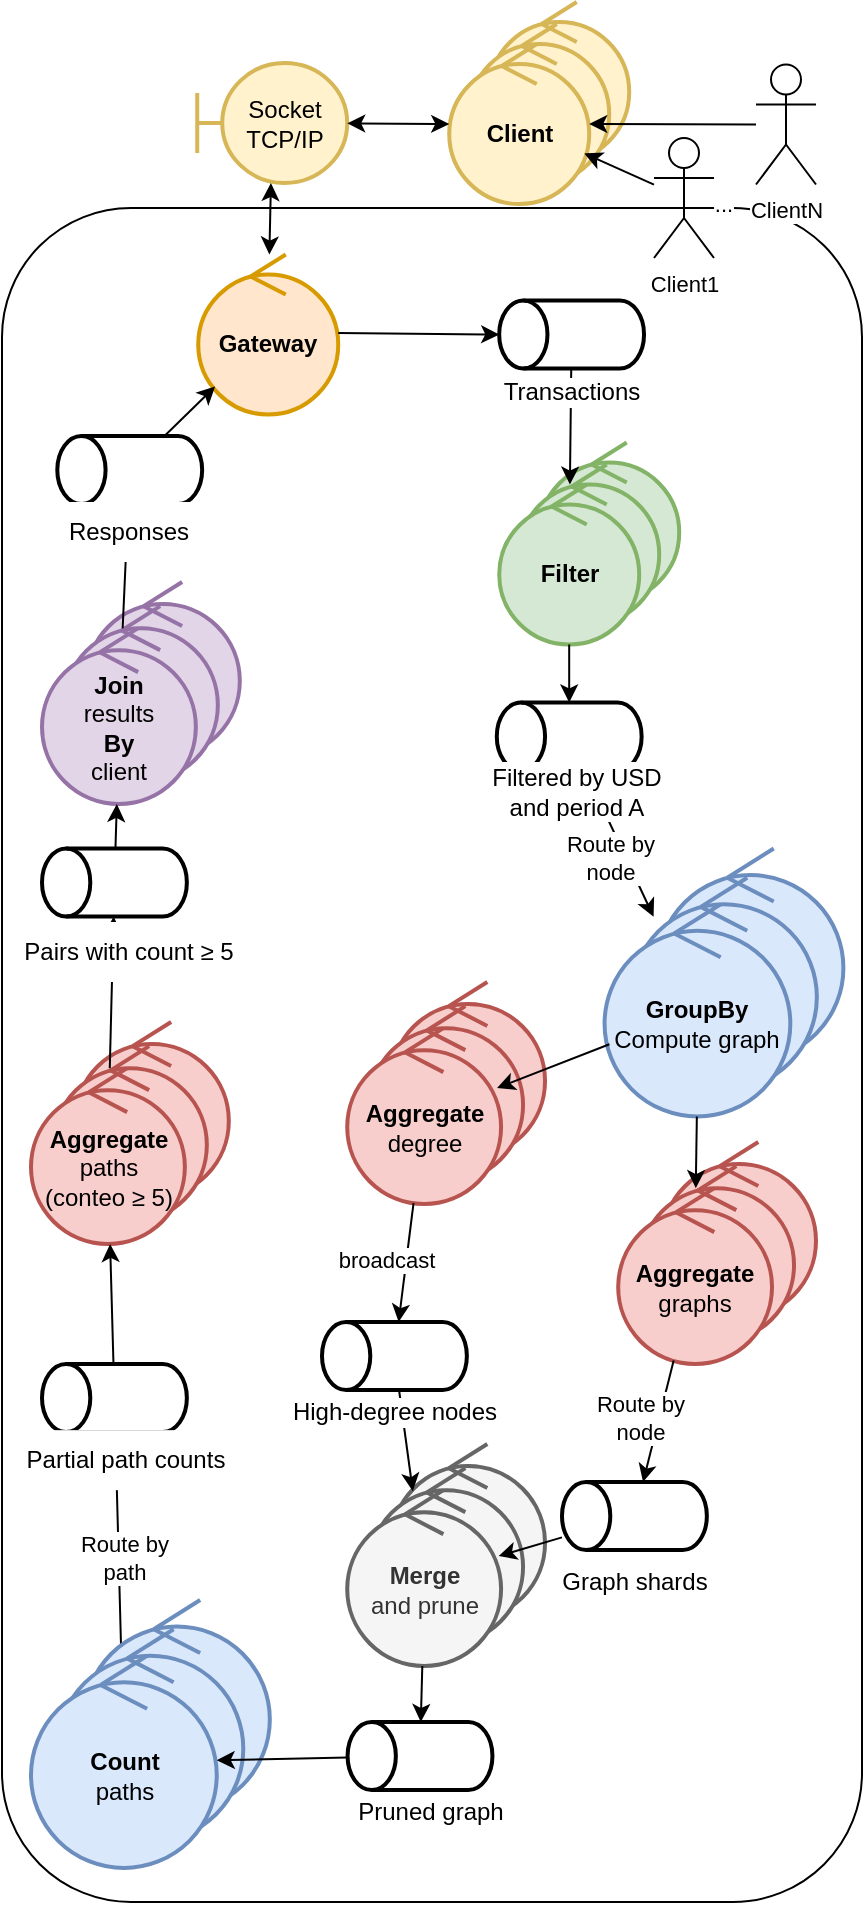
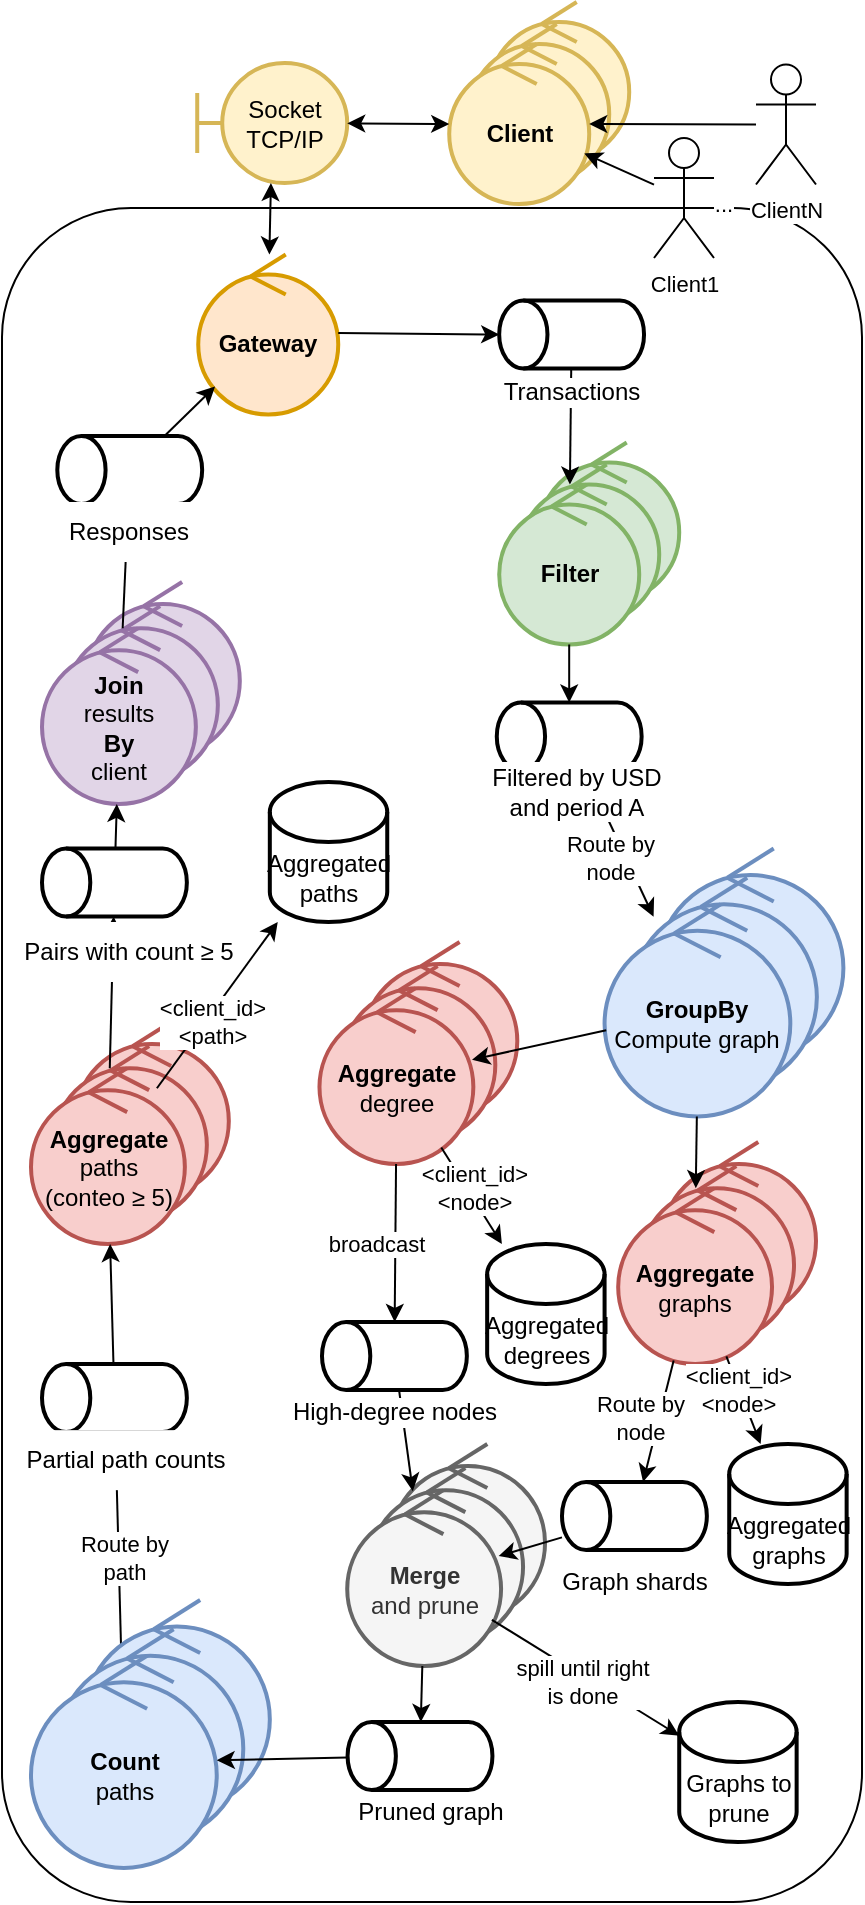
<mxfile host="Electron">
  <diagram name="cluster-15" id="cluster-15">
-     <mxGraphModel dx="1276" dy="880" grid="1" gridSize="10" guides="1" tooltips="1" connect="1" arrows="1" fold="1" page="0" pageScale="1" pageWidth="850" pageHeight="1100" math="0" shadow="0">
+     <mxGraphModel dx="1288" dy="913" grid="1" gridSize="10" guides="1" tooltips="1" connect="1" arrows="1" fold="1" page="0" pageScale="1" pageWidth="850" pageHeight="1100" math="0" shadow="0">
      <root>
        <mxCell id="0" />
        <mxCell id="1" parent="0" />
        <mxCell id="rb4-e11" edge="1" parent="1" source="rb4-count-3" style="edgeStyle=none;shape=connector;rounded=0;orthogonalLoop=1;jettySize=auto;html=1;strokeColor=default;align=center;verticalAlign=middle;fontFamily=Helvetica;fontSize=11;fontColor=default;labelBackgroundColor=default;endArrow=classic;" target="rb4-partial-cyl">
          <mxGeometry relative="1" as="geometry" />
        </mxCell>
        <mxCell id="rb4-e11-lbl" connectable="0" parent="rb4-e11" style="edgeLabel;html=1;align=center;verticalAlign=middle;resizable=0;points=[];fontFamily=Helvetica;fontSize=11;fontColor=default;labelBackgroundColor=default;" value="Route by&lt;div&gt;path&lt;/div&gt;" vertex="1">
          <mxGeometry relative="1" x="0.35" y="-5" as="geometry">
            <mxPoint x="-2" y="26" as="offset" />
          </mxGeometry>
        </mxCell>
        <mxCell id="m3lEM9vwjJh2p-cHX_Ol-1" parent="1" style="rounded=1;whiteSpace=wrap;html=1;fontFamily=Helvetica;fontSize=11;fontColor=default;labelBackgroundColor=default;fillColor=none;" value="" vertex="1">
          <mxGeometry height="847" width="430" x="20" y="123" as="geometry" />
        </mxCell>
        <mxCell id="rb4-count" connectable="0" parent="1" style="group" value="" vertex="1">
          <mxGeometry height="134" width="119.41" x="34.5" y="819" as="geometry" />
        </mxCell>
        <mxCell id="rb4-count-1" parent="rb4-count" style="ellipse;shape=umlControl;whiteSpace=wrap;html=1;strokeWidth=2;fillColor=#dae8fc;strokeColor=#6c8ebf;" value="" vertex="1">
          <mxGeometry height="106.13861386138612" width="92.87444444444438" x="26.535555555555554" as="geometry" />
        </mxCell>
        <mxCell id="rb4-count-2" parent="rb4-count" style="ellipse;shape=umlControl;whiteSpace=wrap;html=1;strokeWidth=2;fillColor=#dae8fc;strokeColor=#6c8ebf;" value="" vertex="1">
          <mxGeometry height="106.13861386138612" width="92.87444444444438" x="13.267777777777777" y="14.59405940594059" as="geometry" />
        </mxCell>
        <mxCell id="rb4-count-3" parent="rb4-count" style="ellipse;shape=umlControl;whiteSpace=wrap;html=1;strokeWidth=2;fillColor=#dae8fc;strokeColor=#6c8ebf;" value="&lt;b&gt;Count&lt;/b&gt;&lt;div&gt;paths&lt;/div&gt;" vertex="1">
          <mxGeometry height="106.13861386138612" width="92.87444444444438" y="27.86138613861387" as="geometry" />
        </mxCell>
        <mxCell id="rb4-e10" edge="1" parent="1" source="rb4-prune-cyl" style="edgeStyle=none;shape=connector;rounded=0;orthogonalLoop=1;jettySize=auto;html=1;strokeColor=default;align=center;verticalAlign=middle;fontFamily=Helvetica;fontSize=11;fontColor=default;labelBackgroundColor=default;endArrow=classic;" target="rb4-count-3">
          <mxGeometry relative="1" as="geometry" />
        </mxCell>
        <mxCell id="rb4-merge" connectable="0" parent="1" style="group;strokeWidth=2;" value="" vertex="1">
          <mxGeometry height="111" width="98.91" x="192.61" y="741" as="geometry" />
        </mxCell>
        <mxCell id="rb4-merge-1" parent="rb4-merge" style="ellipse;shape=umlControl;whiteSpace=wrap;html=1;strokeWidth=2;fillColor=#f5f5f5;strokeColor=#666666;fontColor=#333333;" value="" vertex="1">
          <mxGeometry height="87.92079207920793" width="76.92999999999999" x="21.98" as="geometry" />
        </mxCell>
        <mxCell id="rb4-merge-2" parent="rb4-merge" style="ellipse;shape=umlControl;whiteSpace=wrap;html=1;strokeWidth=2;fillColor=#f5f5f5;strokeColor=#666666;fontColor=#333333;" value="" vertex="1">
          <mxGeometry height="87.92079207920793" width="76.92999999999999" x="10.99" y="12.08910891089109" as="geometry" />
        </mxCell>
        <mxCell id="rb4-merge-3" parent="rb4-merge" style="ellipse;shape=umlControl;whiteSpace=wrap;html=1;strokeWidth=2;fillColor=#f5f5f5;strokeColor=#666666;fontColor=#333333;" value="&lt;b&gt;Merge&lt;/b&gt;&lt;div&gt;and prune&lt;/div&gt;" vertex="1">
          <mxGeometry height="87.92079207920793" width="76.92999999999999" y="23.07920792079208" as="geometry" />
        </mxCell>
        <mxCell id="rb4-e7" edge="1" parent="1" source="rb4-hdeg-cyl" style="edgeStyle=none;shape=connector;rounded=0;orthogonalLoop=1;jettySize=auto;html=1;strokeColor=default;align=center;verticalAlign=middle;fontFamily=Helvetica;fontSize=11;fontColor=default;labelBackgroundColor=default;endArrow=classic;" target="rb4-merge-3">
          <mxGeometry relative="1" as="geometry" />
        </mxCell>
        <mxCell id="m3lEM9vwjJh2p-cHX_Ol-491" parent="1" style="shape=umlActor;verticalLabelPosition=bottom;verticalAlign=top;html=1;outlineConnect=0;fontFamily=Helvetica;fontSize=11;fontColor=default;labelBackgroundColor=default;" value="ClientN" vertex="1">
          <mxGeometry height="60" width="30" x="397" y="51.25" as="geometry" />
        </mxCell>
        <mxCell id="m3lEM9vwjJh2p-cHX_Ol-492" parent="1" style="shape=umlActor;verticalLabelPosition=bottom;verticalAlign=top;html=1;outlineConnect=0;fontFamily=Helvetica;fontSize=11;fontColor=default;labelBackgroundColor=default;" value="Client1" vertex="1">
          <mxGeometry height="60" width="30" x="346" y="88" as="geometry" />
        </mxCell>
        <mxCell id="m3lEM9vwjJh2p-cHX_Ol-493" parent="1" style="text;html=1;whiteSpace=wrap;strokeColor=none;fillColor=none;align=center;verticalAlign=middle;rounded=0;fontFamily=Helvetica;fontSize=11;fontColor=default;labelBackgroundColor=default;" value="..." vertex="1">
          <mxGeometry height="30" width="60" x="351" y="106.25" as="geometry" />
        </mxCell>
        <mxCell id="m3lEM9vwjJh2p-cHX_Ol-495" connectable="0" parent="1" style="group;strokeWidth=2;" value="" vertex="1">
          <mxGeometry height="101" width="90" x="243.61" y="20" as="geometry" />
        </mxCell>
        <mxCell id="m3lEM9vwjJh2p-cHX_Ol-496" parent="m3lEM9vwjJh2p-cHX_Ol-495" style="ellipse;shape=umlControl;whiteSpace=wrap;html=1;strokeWidth=2;fillColor=#fff2cc;strokeColor=#d6b656;" value="" vertex="1">
          <mxGeometry height="80" width="70" x="20" as="geometry" />
        </mxCell>
        <mxCell id="m3lEM9vwjJh2p-cHX_Ol-497" parent="m3lEM9vwjJh2p-cHX_Ol-495" style="ellipse;shape=umlControl;whiteSpace=wrap;html=1;strokeWidth=2;fillColor=#fff2cc;strokeColor=#d6b656;" value="" vertex="1">
          <mxGeometry height="80" width="70" x="10" y="11" as="geometry" />
        </mxCell>
        <mxCell id="m3lEM9vwjJh2p-cHX_Ol-498" parent="m3lEM9vwjJh2p-cHX_Ol-495" style="ellipse;shape=umlControl;whiteSpace=wrap;html=1;strokeWidth=2;fillColor=#fff2cc;strokeColor=#d6b656;" value="&lt;b&gt;Client&lt;/b&gt;" vertex="1">
          <mxGeometry height="80" width="70" y="21" as="geometry" />
        </mxCell>
        <mxCell id="m3lEM9vwjJh2p-cHX_Ol-499" edge="1" parent="1" source="m3lEM9vwjJh2p-cHX_Ol-491" style="shape=connector;rounded=0;orthogonalLoop=1;jettySize=auto;html=1;strokeColor=default;align=center;verticalAlign=middle;fontFamily=Helvetica;fontSize=11;fontColor=default;labelBackgroundColor=default;endArrow=classic;" target="m3lEM9vwjJh2p-cHX_Ol-498">
          <mxGeometry relative="1" as="geometry" />
        </mxCell>
        <mxCell id="m3lEM9vwjJh2p-cHX_Ol-500" edge="1" parent="1" source="m3lEM9vwjJh2p-cHX_Ol-492" style="shape=connector;rounded=0;orthogonalLoop=1;jettySize=auto;html=1;strokeColor=default;align=center;verticalAlign=middle;fontFamily=Helvetica;fontSize=11;fontColor=default;labelBackgroundColor=default;endArrow=classic;" target="m3lEM9vwjJh2p-cHX_Ol-498">
          <mxGeometry relative="1" as="geometry" />
        </mxCell>
        <mxCell id="m3lEM9vwjJh2p-cHX_Ol-436" parent="1" style="shape=umlBoundary;whiteSpace=wrap;html=1;strokeWidth=2;fillColor=#fff2cc;strokeColor=#d6b656;" value="Socket&lt;div&gt;TCP/IP&lt;/div&gt;" vertex="1">
          <mxGeometry height="60" width="75" x="117.61" y="50.5" as="geometry" />
        </mxCell>
        <mxCell id="m3lEM9vwjJh2p-cHX_Ol-494" edge="1" parent="1" source="m3lEM9vwjJh2p-cHX_Ol-498" style="shape=connector;rounded=0;orthogonalLoop=1;jettySize=auto;html=1;strokeColor=default;align=center;verticalAlign=middle;fontFamily=Helvetica;fontSize=11;fontColor=default;labelBackgroundColor=default;endArrow=classic;startArrow=classic;startFill=1;" target="m3lEM9vwjJh2p-cHX_Ol-436">
          <mxGeometry relative="1" as="geometry" />
        </mxCell>
        <mxCell id="m3lEM9vwjJh2p-cHX_Ol-438" parent="1" style="ellipse;shape=umlControl;whiteSpace=wrap;html=1;strokeWidth=2;fillColor=#ffe6cc;strokeColor=#d79b00;" value="&lt;b&gt;Gateway&lt;/b&gt;" vertex="1">
          <mxGeometry height="80" width="70" x="118.12" y="146.25" as="geometry" />
        </mxCell>
        <mxCell id="m3lEM9vwjJh2p-cHX_Ol-435" edge="1" parent="1" source="m3lEM9vwjJh2p-cHX_Ol-436" style="shape=connector;rounded=0;orthogonalLoop=1;jettySize=auto;html=1;strokeColor=default;align=center;verticalAlign=middle;fontFamily=Helvetica;fontSize=11;fontColor=default;labelBackgroundColor=default;endArrow=classic;startArrow=classic;startFill=1;" target="m3lEM9vwjJh2p-cHX_Ol-438">
          <mxGeometry relative="1" as="geometry" />
        </mxCell>
        <mxCell id="m3lEM9vwjJh2p-cHX_Ol-437" edge="1" parent="1" source="m3lEM9vwjJh2p-cHX_Ol-438" style="edgeStyle=none;shape=connector;rounded=0;orthogonalLoop=1;jettySize=auto;html=1;strokeColor=default;align=center;verticalAlign=middle;fontFamily=Helvetica;fontSize=11;fontColor=default;labelBackgroundColor=default;endArrow=classic;" target="m3lEM9vwjJh2p-cHX_Ol-445">
          <mxGeometry relative="1" as="geometry" />
        </mxCell>
        <mxCell id="m3lEM9vwjJh2p-cHX_Ol-439" connectable="0" parent="1" style="group;strokeWidth=2;" value="" vertex="1">
          <mxGeometry height="101" width="90" x="268.61" y="240.25" as="geometry" />
        </mxCell>
        <mxCell id="m3lEM9vwjJh2p-cHX_Ol-440" parent="m3lEM9vwjJh2p-cHX_Ol-439" style="ellipse;shape=umlControl;whiteSpace=wrap;html=1;strokeWidth=2;fillColor=#d5e8d4;strokeColor=#82b366;" value="" vertex="1">
          <mxGeometry height="80" width="70" x="20" as="geometry" />
        </mxCell>
        <mxCell id="m3lEM9vwjJh2p-cHX_Ol-441" parent="m3lEM9vwjJh2p-cHX_Ol-439" style="ellipse;shape=umlControl;whiteSpace=wrap;html=1;strokeWidth=2;fillColor=#d5e8d4;strokeColor=#82b366;" value="" vertex="1">
          <mxGeometry height="80" width="70" x="10" y="11" as="geometry" />
        </mxCell>
        <mxCell id="m3lEM9vwjJh2p-cHX_Ol-442" parent="m3lEM9vwjJh2p-cHX_Ol-439" style="ellipse;shape=umlControl;whiteSpace=wrap;html=1;strokeWidth=2;fillColor=#d5e8d4;strokeColor=#82b366;" value="&lt;b&gt;Filter&lt;/b&gt;" vertex="1">
          <mxGeometry height="80" width="70" y="21" as="geometry" />
        </mxCell>
        <mxCell id="m3lEM9vwjJh2p-cHX_Ol-443" edge="1" parent="1" source="m3lEM9vwjJh2p-cHX_Ol-445" style="edgeStyle=none;shape=connector;rounded=0;orthogonalLoop=1;jettySize=auto;html=1;strokeColor=default;align=center;verticalAlign=middle;fontFamily=Helvetica;fontSize=11;fontColor=default;labelBackgroundColor=default;endArrow=classic;" target="m3lEM9vwjJh2p-cHX_Ol-442">
          <mxGeometry relative="1" as="geometry" />
        </mxCell>
        <mxCell id="m3lEM9vwjJh2p-cHX_Ol-453" connectable="0" parent="1" style="group;strokeWidth=2;" value="" vertex="1">
          <mxGeometry height="73" width="83.60999999999993" x="267.39" y="370.25" as="geometry" />
        </mxCell>
        <mxCell id="m3lEM9vwjJh2p-cHX_Ol-454" parent="m3lEM9vwjJh2p-cHX_Ol-453" style="strokeWidth=2;html=1;shape=mxgraph.flowchart.database;whiteSpace=wrap;rotation=-90;" value="" vertex="1">
          <mxGeometry height="72.43" width="34" x="19.215000000000032" y="-19.215000000000032" as="geometry" />
        </mxCell>
        <mxCell id="m3lEM9vwjJh2p-cHX_Ol-451" edge="1" parent="1" source="m3lEM9vwjJh2p-cHX_Ol-442" style="edgeStyle=none;shape=connector;rounded=0;orthogonalLoop=1;jettySize=auto;html=1;strokeColor=default;align=center;verticalAlign=middle;fontFamily=Helvetica;fontSize=11;fontColor=default;labelBackgroundColor=default;endArrow=classic;" target="m3lEM9vwjJh2p-cHX_Ol-454">
          <mxGeometry relative="1" as="geometry" />
        </mxCell>
        <mxCell id="rb4-gb-deg" connectable="0" parent="1" style="group" value="" vertex="1">
          <mxGeometry height="134" width="119.41" x="321.28999999999996" y="443.25" as="geometry" />
        </mxCell>
        <mxCell id="rb4-gb-deg-1" parent="rb4-gb-deg" style="ellipse;shape=umlControl;whiteSpace=wrap;html=1;strokeWidth=2;fillColor=#dae8fc;strokeColor=#6c8ebf;" value="" vertex="1">
          <mxGeometry height="106.13861386138612" width="92.87444444444438" x="26.535555555555554" as="geometry" />
        </mxCell>
        <mxCell id="rb4-gb-deg-2" parent="rb4-gb-deg" style="ellipse;shape=umlControl;whiteSpace=wrap;html=1;strokeWidth=2;fillColor=#dae8fc;strokeColor=#6c8ebf;" value="" vertex="1">
          <mxGeometry height="106.13861386138612" width="92.87444444444438" x="13.267777777777777" y="14.59405940594059" as="geometry" />
        </mxCell>
        <mxCell id="rb4-gb-deg-3" parent="rb4-gb-deg" style="ellipse;shape=umlControl;whiteSpace=wrap;html=1;strokeWidth=2;fillColor=#dae8fc;strokeColor=#6c8ebf;" value="&lt;b&gt;GroupBy&lt;/b&gt;&lt;div&gt;Compute graph&lt;/div&gt;" vertex="1">
          <mxGeometry height="106.13861386138612" width="92.87444444444438" y="27.86138613861387" as="geometry" />
        </mxCell>
        <mxCell id="rb4-e1" edge="1" parent="1" source="m3lEM9vwjJh2p-cHX_Ol-454" style="edgeStyle=none;shape=connector;rounded=0;orthogonalLoop=1;jettySize=auto;html=1;strokeColor=default;align=center;verticalAlign=middle;fontFamily=Helvetica;fontSize=11;fontColor=default;labelBackgroundColor=default;endArrow=classic;" target="rb4-gb-deg-3">
          <mxGeometry relative="1" as="geometry" />
        </mxCell>
        <mxCell id="rb4-e1-lbl" connectable="0" parent="rb4-e1" style="edgeLabel;html=1;align=center;verticalAlign=middle;resizable=0;points=[];fontFamily=Helvetica;fontSize=11;fontColor=default;labelBackgroundColor=default;" value="Route by&lt;div&gt;node&lt;/div&gt;" vertex="1">
          <mxGeometry relative="1" x="-0.3" y="-5" as="geometry">
            <mxPoint x="5" y="16" as="offset" />
          </mxGeometry>
        </mxCell>
        <mxCell id="rb4-agg-deg" connectable="0" parent="1" style="group;strokeWidth=2;" value="" vertex="1">
-           <mxGeometry height="111" width="98.91" x="192.61" y="510" as="geometry" />
+           <mxGeometry height="111" width="98.91" x="178.74" y="490" as="geometry" />
        </mxCell>
        <mxCell id="rb4-agg-deg-1" parent="rb4-agg-deg" style="ellipse;shape=umlControl;whiteSpace=wrap;html=1;strokeWidth=2;fillColor=#f8cecc;strokeColor=#b85450;" value="" vertex="1">
          <mxGeometry height="87.92079207920793" width="76.92999999999999" x="21.98" as="geometry" />
        </mxCell>
        <mxCell id="rb4-agg-deg-2" parent="rb4-agg-deg" style="ellipse;shape=umlControl;whiteSpace=wrap;html=1;strokeWidth=2;fillColor=#f8cecc;strokeColor=#b85450;" value="" vertex="1">
          <mxGeometry height="87.92079207920793" width="76.92999999999999" x="10.99" y="12.08910891089109" as="geometry" />
        </mxCell>
        <mxCell id="rb4-agg-deg-3" parent="rb4-agg-deg" style="ellipse;shape=umlControl;whiteSpace=wrap;html=1;strokeWidth=2;fillColor=#f8cecc;strokeColor=#b85450;" value="&lt;b&gt;Aggregate&lt;/b&gt;&lt;div&gt;degree&lt;/div&gt;" vertex="1">
          <mxGeometry height="87.92079207920793" width="76.92999999999999" y="23.07920792079208" as="geometry" />
        </mxCell>
        <mxCell id="rb4-agg-grph" connectable="0" parent="1" style="group;strokeWidth=2;" value="" vertex="1">
          <mxGeometry height="111" width="98.91" x="328.09000000000003" y="590" as="geometry" />
        </mxCell>
        <mxCell id="rb4-agg-grph-1" parent="rb4-agg-grph" style="ellipse;shape=umlControl;whiteSpace=wrap;html=1;strokeWidth=2;fillColor=#f8cecc;strokeColor=#b85450;" value="" vertex="1">
          <mxGeometry height="87.92079207920793" width="76.92999999999999" x="21.98" as="geometry" />
        </mxCell>
        <mxCell id="rb4-agg-grph-2" parent="rb4-agg-grph" style="ellipse;shape=umlControl;whiteSpace=wrap;html=1;strokeWidth=2;fillColor=#f8cecc;strokeColor=#b85450;" value="" vertex="1">
          <mxGeometry height="87.92079207920793" width="76.92999999999999" x="10.99" y="12.08910891089109" as="geometry" />
        </mxCell>
        <mxCell id="rb4-agg-grph-3" parent="rb4-agg-grph" style="ellipse;shape=umlControl;whiteSpace=wrap;html=1;strokeWidth=2;fillColor=#f8cecc;strokeColor=#b85450;" value="&lt;b&gt;Aggregate&lt;/b&gt;&lt;div&gt;graphs&lt;/div&gt;" vertex="1">
          <mxGeometry height="87.92079207920793" width="76.92999999999999" y="23.07920792079208" as="geometry" />
        </mxCell>
        <mxCell id="rb4-e3" edge="1" parent="1" source="rb4-gb-deg-3" style="edgeStyle=none;shape=connector;rounded=0;orthogonalLoop=1;jettySize=auto;html=1;strokeColor=default;align=center;verticalAlign=middle;fontFamily=Helvetica;fontSize=11;fontColor=default;labelBackgroundColor=default;endArrow=classic;" target="rb4-agg-deg-3">
          <mxGeometry relative="1" as="geometry" />
        </mxCell>
        <mxCell id="rb4-e4" edge="1" parent="1" source="rb4-gb-deg-3" style="edgeStyle=none;shape=connector;rounded=0;orthogonalLoop=1;jettySize=auto;html=1;strokeColor=default;align=center;verticalAlign=middle;fontFamily=Helvetica;fontSize=11;fontColor=default;labelBackgroundColor=default;endArrow=classic;" target="rb4-agg-grph-3">
          <mxGeometry relative="1" as="geometry" />
        </mxCell>
        <mxCell id="rb4-hdeg" connectable="0" parent="1" style="group;strokeWidth=2;" value="" vertex="1">
          <mxGeometry height="73" width="96.39499999999998" x="180" y="680" as="geometry" />
        </mxCell>
        <mxCell id="rb4-hdeg-cyl" parent="rb4-hdeg" style="strokeWidth=2;html=1;shape=mxgraph.flowchart.database;whiteSpace=wrap;rotation=-90;" value="" vertex="1">
          <mxGeometry height="72.43" width="34" x="19.215000000000032" y="-19.215000000000032" as="geometry" />
        </mxCell>
        <mxCell id="rb4-hdeg-lbl" parent="rb4-hdeg" style="text;html=1;whiteSpace=wrap;strokeColor=none;fillColor=none;align=center;verticalAlign=middle;rounded=0;fontFamily=Helvetica;fontSize=12;fontColor=default;labelBackgroundColor=default;strokeWidth=2;" value="High-degree nodes" vertex="1">
          <mxGeometry height="30" width="105" x="-16.285000000000018" y="30" as="geometry" />
        </mxCell>
        <mxCell id="rb4-e5" edge="1" parent="1" source="rb4-agg-deg-3" style="edgeStyle=none;shape=connector;rounded=0;orthogonalLoop=1;jettySize=auto;html=1;strokeColor=default;align=center;verticalAlign=middle;fontFamily=Helvetica;fontSize=11;fontColor=default;labelBackgroundColor=default;endArrow=classic;" target="rb4-hdeg-cyl">
          <mxGeometry relative="1" as="geometry" />
        </mxCell>
        <mxCell id="rb4-e5-lbl" connectable="0" parent="rb4-e5" style="edgeLabel;html=1;align=center;verticalAlign=middle;resizable=0;points=[];fontFamily=Helvetica;fontSize=11;fontColor=default;labelBackgroundColor=default;" value="broadcast" vertex="1">
          <mxGeometry relative="1" y="-10" as="geometry">
            <mxPoint as="offset" />
          </mxGeometry>
        </mxCell>
        <mxCell id="rb4-e6" edge="1" parent="1" source="rb4-agg-grph-3" style="edgeStyle=none;shape=connector;rounded=0;orthogonalLoop=1;jettySize=auto;html=1;strokeColor=default;align=center;verticalAlign=middle;fontFamily=Helvetica;fontSize=11;fontColor=default;labelBackgroundColor=default;endArrow=classic;" target="rb4-gsh-cyl">
          <mxGeometry relative="1" as="geometry" />
        </mxCell>
        <mxCell id="rb4-e6-lbl" connectable="0" parent="rb4-e6" style="edgeLabel;html=1;align=center;verticalAlign=middle;resizable=0;points=[];fontFamily=Helvetica;fontSize=11;fontColor=default;labelBackgroundColor=default;" value="Route by&lt;div&gt;node&lt;/div&gt;" vertex="1">
          <mxGeometry relative="1" y="-10" as="geometry">
            <mxPoint as="offset" />
          </mxGeometry>
        </mxCell>
        <mxCell id="rb4-e8" edge="1" parent="1" source="rb4-gsh-cyl" style="edgeStyle=none;shape=connector;rounded=0;orthogonalLoop=1;jettySize=auto;html=1;strokeColor=default;align=center;verticalAlign=middle;fontFamily=Helvetica;fontSize=11;fontColor=default;labelBackgroundColor=default;endArrow=classic;" target="rb4-merge-3">
          <mxGeometry relative="1" as="geometry" />
        </mxCell>
        <mxCell id="rb4-prune" connectable="0" parent="1" style="group;strokeWidth=2;" value="" vertex="1">
          <mxGeometry height="73" width="89.19" x="192.79" y="880" as="geometry" />
        </mxCell>
        <mxCell id="rb4-prune-cyl" parent="rb4-prune" style="strokeWidth=2;html=1;shape=mxgraph.flowchart.database;whiteSpace=wrap;rotation=-90;" value="" vertex="1">
          <mxGeometry height="72.43" width="34" x="19.215000000000032" y="-19.215000000000032" as="geometry" />
        </mxCell>
        <mxCell id="rb4-prune-lbl" parent="rb4-prune" style="text;html=1;whiteSpace=wrap;strokeColor=none;fillColor=none;align=center;verticalAlign=middle;rounded=0;fontFamily=Helvetica;fontSize=12;fontColor=default;labelBackgroundColor=default;strokeWidth=2;" value="Pruned graph" vertex="1">
          <mxGeometry height="30" width="94.78" x="-5.590000000000003" y="30" as="geometry" />
        </mxCell>
        <mxCell id="rb4-e9" edge="1" parent="1" source="rb4-merge-3" style="edgeStyle=none;shape=connector;rounded=0;orthogonalLoop=1;jettySize=auto;html=1;strokeColor=default;align=center;verticalAlign=middle;fontFamily=Helvetica;fontSize=11;fontColor=default;labelBackgroundColor=default;endArrow=classic;" target="rb4-prune-cyl">
          <mxGeometry relative="1" as="geometry" />
        </mxCell>
        <mxCell id="rb4-partial" connectable="0" parent="1" style="group;strokeWidth=2;" value="" vertex="1">
          <mxGeometry height="73" width="98.435" x="40.00000000000003" y="701" as="geometry" />
        </mxCell>
        <mxCell id="rb4-partial-cyl" parent="rb4-partial" style="strokeWidth=2;html=1;shape=mxgraph.flowchart.database;whiteSpace=wrap;rotation=-90;" value="" vertex="1">
          <mxGeometry height="72.43" width="34" x="19.215000000000032" y="-19.215000000000032" as="geometry" />
        </mxCell>
        <mxCell id="rb4-partial-lbl" parent="rb4-partial" style="text;html=1;whiteSpace=wrap;strokeColor=none;fillColor=default;align=center;verticalAlign=middle;rounded=0;fontFamily=Helvetica;fontSize=12;fontColor=default;labelBackgroundColor=default;strokeWidth=2;" value="Partial path counts" vertex="1">
          <mxGeometry height="30" width="110" x="-13.194999999999993" y="33.08000000000004" as="geometry" />
        </mxCell>
        <mxCell id="rb4-aggp" connectable="0" parent="1" style="group;strokeWidth=2;" value="" vertex="1">
          <mxGeometry height="111" width="98.91" x="34.5" y="530" as="geometry" />
        </mxCell>
        <mxCell id="rb4-aggp-1" parent="rb4-aggp" style="ellipse;shape=umlControl;whiteSpace=wrap;html=1;strokeWidth=2;fillColor=#f8cecc;strokeColor=#b85450;" value="" vertex="1">
          <mxGeometry height="87.92079207920793" width="76.92999999999999" x="21.98" as="geometry" />
        </mxCell>
        <mxCell id="rb4-aggp-2" parent="rb4-aggp" style="ellipse;shape=umlControl;whiteSpace=wrap;html=1;strokeWidth=2;fillColor=#f8cecc;strokeColor=#b85450;" value="" vertex="1">
          <mxGeometry height="87.92079207920793" width="76.92999999999999" x="10.99" y="12.08910891089109" as="geometry" />
        </mxCell>
        <mxCell id="rb4-aggp-3" parent="rb4-aggp" style="ellipse;shape=umlControl;whiteSpace=wrap;html=1;strokeWidth=2;fillColor=#f8cecc;strokeColor=#b85450;" value="&lt;b&gt;Aggregate &lt;/b&gt;paths&lt;div&gt;(conteo ≥ 5)&lt;/div&gt;" vertex="1">
          <mxGeometry height="87.92079207920793" width="76.92999999999999" y="23.07920792079208" as="geometry" />
        </mxCell>
        <mxCell id="rb4-e12" edge="1" parent="1" source="rb4-partial-cyl" style="edgeStyle=none;shape=connector;rounded=0;orthogonalLoop=1;jettySize=auto;html=1;strokeColor=default;align=center;verticalAlign=middle;fontFamily=Helvetica;fontSize=11;fontColor=default;labelBackgroundColor=default;endArrow=classic;" target="rb4-aggp-3">
          <mxGeometry relative="1" as="geometry" />
        </mxCell>
        <mxCell id="rb4-pairs" connectable="0" parent="1" style="group;strokeWidth=2;" value="" vertex="1">
          <mxGeometry height="73" width="103.92500000000001" x="39.99999999999999" y="443.25" as="geometry" />
        </mxCell>
        <mxCell id="rb4-pairs-cyl" parent="rb4-pairs" style="strokeWidth=2;html=1;shape=mxgraph.flowchart.database;whiteSpace=wrap;rotation=-90;" value="" vertex="1">
          <mxGeometry height="72.43" width="34" x="19.215000000000032" y="-19.215000000000032" as="geometry" />
        </mxCell>
        <mxCell id="rb4-e13" edge="1" parent="1" source="rb4-aggp-3" style="edgeStyle=none;shape=connector;rounded=0;orthogonalLoop=1;jettySize=auto;html=1;strokeColor=default;align=center;verticalAlign=middle;fontFamily=Helvetica;fontSize=11;fontColor=default;labelBackgroundColor=default;endArrow=classic;" target="rb4-pairs-cyl">
          <mxGeometry relative="1" as="geometry" />
        </mxCell>
        <mxCell id="m3lEM9vwjJh2p-cHX_Ol-447" connectable="0" parent="1" style="group;strokeWidth=2;" value="" vertex="1">
          <mxGeometry height="111" width="98.91" x="40" y="310" as="geometry" />
        </mxCell>
        <mxCell id="m3lEM9vwjJh2p-cHX_Ol-448" parent="m3lEM9vwjJh2p-cHX_Ol-447" style="ellipse;shape=umlControl;whiteSpace=wrap;html=1;strokeWidth=2;fillColor=#e1d5e7;strokeColor=#9673a6;" value="" vertex="1">
          <mxGeometry height="87.92079207920793" width="76.92999999999999" x="21.98" as="geometry" />
        </mxCell>
        <mxCell id="m3lEM9vwjJh2p-cHX_Ol-449" parent="m3lEM9vwjJh2p-cHX_Ol-447" style="ellipse;shape=umlControl;whiteSpace=wrap;html=1;strokeWidth=2;fillColor=#e1d5e7;strokeColor=#9673a6;" value="" vertex="1">
          <mxGeometry height="87.92079207920793" width="76.92999999999999" x="10.99" y="12.08910891089109" as="geometry" />
        </mxCell>
        <mxCell id="m3lEM9vwjJh2p-cHX_Ol-450" parent="m3lEM9vwjJh2p-cHX_Ol-447" style="ellipse;shape=umlControl;whiteSpace=wrap;html=1;strokeWidth=2;fillColor=#e1d5e7;strokeColor=#9673a6;" value="&lt;b&gt;Join&lt;/b&gt;&lt;div&gt;results&lt;br&gt;&lt;div&gt;&lt;b&gt;By&lt;/b&gt;&lt;/div&gt;&lt;div&gt;client&lt;/div&gt;&lt;/div&gt;" vertex="1">
          <mxGeometry height="87.92079207920793" width="76.92999999999999" y="23.07920792079208" as="geometry" />
        </mxCell>
        <mxCell id="rb4-e14" edge="1" parent="1" source="rb4-pairs-cyl" style="edgeStyle=none;shape=connector;rounded=0;orthogonalLoop=1;jettySize=auto;html=1;strokeColor=default;align=center;verticalAlign=middle;fontFamily=Helvetica;fontSize=11;fontColor=default;labelBackgroundColor=default;endArrow=classic;" target="m3lEM9vwjJh2p-cHX_Ol-450">
          <mxGeometry relative="1" as="geometry" />
        </mxCell>
        <mxCell id="m3lEM9vwjJh2p-cHX_Ol-487" connectable="0" parent="1" style="group;strokeWidth=2;" value="" vertex="1">
          <mxGeometry height="73" width="83.60999999999993" x="47.64999999999998" y="237" as="geometry" />
        </mxCell>
        <mxCell id="m3lEM9vwjJh2p-cHX_Ol-488" parent="m3lEM9vwjJh2p-cHX_Ol-487" style="strokeWidth=2;html=1;shape=mxgraph.flowchart.database;whiteSpace=wrap;rotation=-90;" value="" vertex="1">
          <mxGeometry height="72.43" width="34" x="19.215000000000032" y="-19.215000000000032" as="geometry" />
        </mxCell>
        <mxCell id="m3lEM9vwjJh2p-cHX_Ol-486" edge="1" parent="1" source="m3lEM9vwjJh2p-cHX_Ol-450" style="edgeStyle=none;shape=connector;rounded=0;orthogonalLoop=1;jettySize=auto;html=1;strokeColor=default;align=center;verticalAlign=middle;fontFamily=Helvetica;fontSize=11;fontColor=default;labelBackgroundColor=default;endArrow=classic;" target="m3lEM9vwjJh2p-cHX_Ol-488">
          <mxGeometry relative="1" as="geometry" />
        </mxCell>
        <mxCell id="m3lEM9vwjJh2p-cHX_Ol-490" edge="1" parent="1" source="m3lEM9vwjJh2p-cHX_Ol-488" style="edgeStyle=none;shape=connector;rounded=0;orthogonalLoop=1;jettySize=auto;html=1;strokeColor=default;align=center;verticalAlign=middle;fontFamily=Helvetica;fontSize=11;fontColor=default;labelBackgroundColor=default;endArrow=classic;" target="m3lEM9vwjJh2p-cHX_Ol-438">
          <mxGeometry relative="1" as="geometry">
            <mxPoint x="-110.00281435010493" y="1243.07" as="sourcePoint" />
            <mxPoint x="-51.149411936747924" y="146.24520217254252" as="targetPoint" />
          </mxGeometry>
        </mxCell>
        <mxCell id="m3lEM9vwjJh2p-cHX_Ol-444" connectable="0" parent="1" style="group;strokeWidth=2;" value="" vertex="1">
          <mxGeometry height="61" width="72.43000000000006" x="268.59" y="169.25" as="geometry" />
        </mxCell>
        <mxCell id="m3lEM9vwjJh2p-cHX_Ol-445" parent="m3lEM9vwjJh2p-cHX_Ol-444" style="strokeWidth=2;html=1;shape=mxgraph.flowchart.database;whiteSpace=wrap;rotation=-90;" value="" vertex="1">
          <mxGeometry height="72.43" width="34" x="19.215000000000032" y="-19.215000000000032" as="geometry" />
        </mxCell>
        <mxCell id="m3lEM9vwjJh2p-cHX_Ol-446" parent="m3lEM9vwjJh2p-cHX_Ol-444" style="text;html=1;whiteSpace=wrap;strokeColor=none;fillColor=none;align=center;verticalAlign=middle;rounded=0;fontFamily=Helvetica;fontSize=12;fontColor=default;labelBackgroundColor=default;strokeWidth=2;" value="Transactions" vertex="1">
          <mxGeometry height="30" width="60" x="6.220000000000027" y="31" as="geometry" />
        </mxCell>
        <mxCell id="m3lEM9vwjJh2p-cHX_Ol-455" parent="1" style="text;html=1;whiteSpace=wrap;strokeColor=none;fillColor=default;align=center;verticalAlign=middle;rounded=0;fontFamily=Helvetica;fontSize=12;fontColor=default;labelBackgroundColor=default;strokeWidth=2;" value="Filtered by USD and period A" vertex="1">
          <mxGeometry height="30" width="94.78" x="259.62999999999994" y="400" as="geometry" />
        </mxCell>
        <mxCell id="rb4-gsh" connectable="0" parent="1" style="group;strokeWidth=2;" value="" vertex="1">
          <mxGeometry height="73" width="83.60999999999993" x="300" y="760" as="geometry" />
        </mxCell>
        <mxCell id="rb4-gsh-cyl" parent="rb4-gsh" style="strokeWidth=2;html=1;shape=mxgraph.flowchart.database;whiteSpace=wrap;rotation=-90;" value="" vertex="1">
          <mxGeometry height="72.43" width="34" x="19.215000000000032" y="-19.215000000000032" as="geometry" />
        </mxCell>
        <mxCell id="rb4-gsh-lbl" parent="rb4-gsh" style="text;html=1;whiteSpace=wrap;strokeColor=none;fillColor=none;align=center;verticalAlign=middle;rounded=0;fontFamily=Helvetica;fontSize=12;fontColor=default;labelBackgroundColor=default;strokeWidth=2;" value="Graph shards" vertex="1">
          <mxGeometry height="30" width="94.78" x="-11.17" y="35" as="geometry" />
        </mxCell>
        <mxCell id="m3lEM9vwjJh2p-cHX_Ol-489" parent="1" style="text;html=1;whiteSpace=wrap;strokeColor=none;fillColor=default;align=center;verticalAlign=middle;rounded=0;fontFamily=Helvetica;fontSize=12;fontColor=default;labelBackgroundColor=default;strokeWidth=2;" value="Responses" vertex="1">
          <mxGeometry height="30" width="94.78" x="36.479999999999905" y="270" as="geometry" />
        </mxCell>
        <mxCell id="rb4-pairs-lbl" parent="1" style="text;html=1;whiteSpace=wrap;strokeColor=none;fillColor=default;align=center;verticalAlign=middle;rounded=0;fontFamily=Helvetica;fontSize=12;fontColor=default;labelBackgroundColor=default;strokeWidth=2;" value="Pairs with count &amp;#8805; 5" vertex="1">
          <mxGeometry height="30" width="115" x="26.375000000000014" y="479.99999999999994" as="geometry" />
        </mxCell>
+         <mxCell id="NzzZoNWnwo5SGAetgVqT-1" parent="1" style="shape=cylinder3;whiteSpace=wrap;html=1;boundedLbl=1;backgroundOutline=1;size=15;strokeWidth=2;" value="Graphs to prune" vertex="1">
+           <mxGeometry height="70" width="58.71" x="358.61" y="870" as="geometry" />
+         </mxCell>
+         <mxCell id="NzzZoNWnwo5SGAetgVqT-2" edge="1" parent="1" source="rb4-merge-3" style="rounded=0;orthogonalLoop=1;jettySize=auto;html=1;" target="NzzZoNWnwo5SGAetgVqT-1">
+           <mxGeometry relative="1" as="geometry" />
+         </mxCell>
+         <mxCell id="NzzZoNWnwo5SGAetgVqT-3" connectable="0" parent="NzzZoNWnwo5SGAetgVqT-2" style="edgeLabel;html=1;align=center;verticalAlign=middle;resizable=0;points=[];" value="&lt;div&gt;&lt;span style=&quot;background-color: light-dark(#ffffff, var(--ge-dark-color, #121212)); color: light-dark(rgb(0, 0, 0), rgb(255, 255, 255));&quot;&gt;spill until right&lt;/span&gt;&lt;/div&gt;&lt;div&gt;is done&lt;/div&gt;" vertex="1">
+           <mxGeometry relative="1" x="-0.1878" y="-1" as="geometry">
+             <mxPoint x="7" y="7" as="offset" />
+           </mxGeometry>
+         </mxCell>
+         <mxCell id="NzzZoNWnwo5SGAetgVqT-4" parent="1" style="shape=cylinder3;whiteSpace=wrap;html=1;boundedLbl=1;backgroundOutline=1;size=15;strokeWidth=2;" value="Aggregated graphs" vertex="1">
+           <mxGeometry height="70" width="58.71" x="383.61" y="741" as="geometry" />
+         </mxCell>
+         <mxCell id="NzzZoNWnwo5SGAetgVqT-5" edge="1" parent="1" source="rb4-agg-grph-3" style="rounded=0;orthogonalLoop=1;jettySize=auto;html=1;" target="NzzZoNWnwo5SGAetgVqT-4">
+           <mxGeometry relative="1" as="geometry" />
+         </mxCell>
+         <mxCell id="NzzZoNWnwo5SGAetgVqT-8" connectable="0" parent="NzzZoNWnwo5SGAetgVqT-5" style="edgeLabel;html=1;align=center;verticalAlign=middle;resizable=0;points=[];" value="&amp;lt;client_id&amp;gt;&lt;div&gt;&amp;lt;node&amp;gt;&lt;/div&gt;" vertex="1">
+           <mxGeometry relative="1" x="-0.247" y="-1" as="geometry">
+             <mxPoint as="offset" />
+           </mxGeometry>
+         </mxCell>
+         <mxCell id="NzzZoNWnwo5SGAetgVqT-6" parent="1" style="shape=cylinder3;whiteSpace=wrap;html=1;boundedLbl=1;backgroundOutline=1;size=15;strokeWidth=2;" value="Aggregated degrees" vertex="1">
+           <mxGeometry height="70" width="58.71" x="262.58" y="641" as="geometry" />
+         </mxCell>
+         <mxCell id="NzzZoNWnwo5SGAetgVqT-7" edge="1" parent="1" source="rb4-agg-deg-3" style="rounded=0;orthogonalLoop=1;jettySize=auto;html=1;" target="NzzZoNWnwo5SGAetgVqT-6">
+           <mxGeometry relative="1" as="geometry" />
+         </mxCell>
+         <mxCell id="NzzZoNWnwo5SGAetgVqT-9" connectable="0" parent="NzzZoNWnwo5SGAetgVqT-7" style="edgeLabel;html=1;align=center;verticalAlign=middle;resizable=0;points=[];" value="&amp;lt;client_id&amp;gt;&lt;div&gt;&amp;lt;node&amp;gt;&lt;/div&gt;" vertex="1">
+           <mxGeometry relative="1" x="-0.5368" y="1" as="geometry">
+             <mxPoint x="8" y="10" as="offset" />
+           </mxGeometry>
+         </mxCell>
+         <mxCell id="NzzZoNWnwo5SGAetgVqT-10" parent="1" style="shape=cylinder3;whiteSpace=wrap;html=1;boundedLbl=1;backgroundOutline=1;size=15;strokeWidth=2;" value="Aggregated paths" vertex="1">
+           <mxGeometry height="70" width="58.71" x="153.91" y="410" as="geometry" />
+         </mxCell>
+         <mxCell id="NzzZoNWnwo5SGAetgVqT-11" edge="1" parent="1" source="rb4-aggp-3" style="rounded=0;orthogonalLoop=1;jettySize=auto;html=1;" target="NzzZoNWnwo5SGAetgVqT-10">
+           <mxGeometry relative="1" as="geometry" />
+         </mxCell>
+         <mxCell id="NzzZoNWnwo5SGAetgVqT-12" connectable="0" parent="NzzZoNWnwo5SGAetgVqT-11" style="edgeLabel;html=1;align=center;verticalAlign=middle;resizable=0;points=[];" value="&amp;lt;client_id&amp;gt;&lt;div&gt;&amp;lt;path&amp;gt;&lt;/div&gt;" vertex="1">
+           <mxGeometry relative="1" x="-0.163" y="-2" as="geometry">
+             <mxPoint as="offset" />
+           </mxGeometry>
+         </mxCell>
      </root>
    </mxGraphModel>
  </diagram>
</mxfile>
